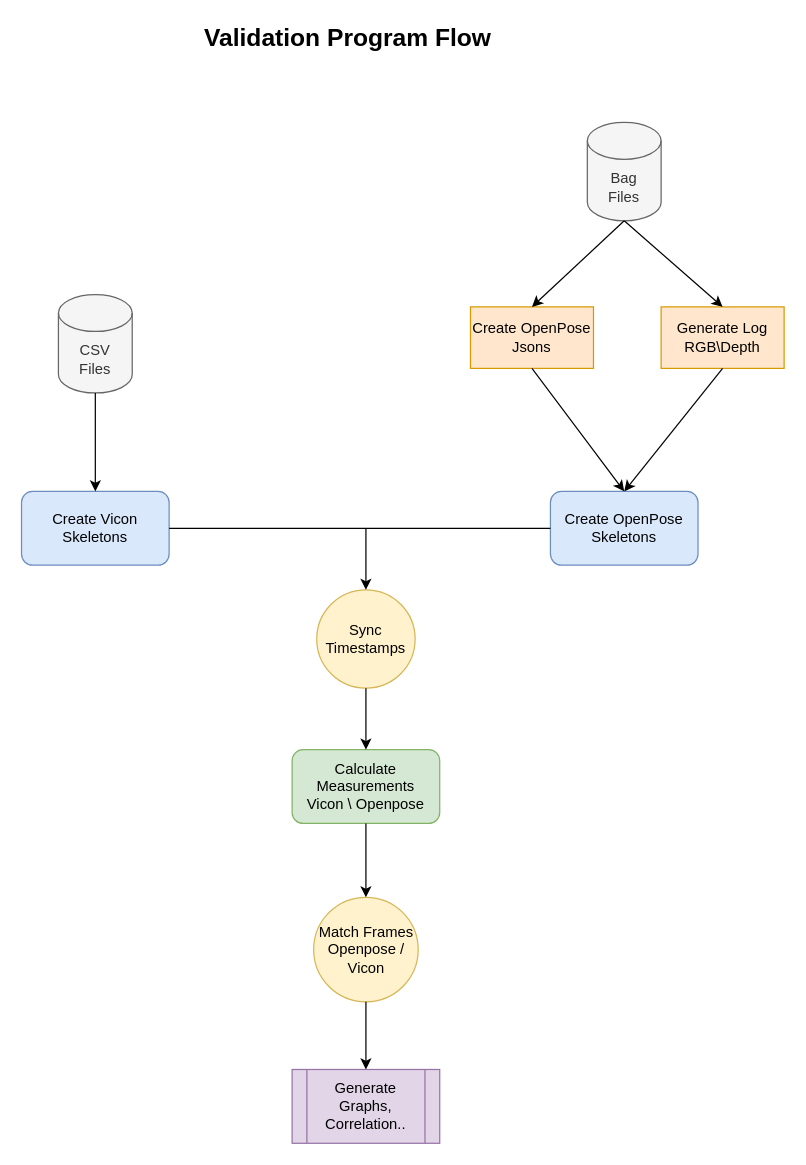
The draw.io diagram Documents/codeflow.drawio in Noy-Bo/Movement-Sense, before the edit. Source tidied: cells renumbered, new cells numbered last; positions are measured from the earlier drawing's top-left corner, leaving out a move shared by most shapes. Both pictures are drawn from the tidied source at 123%, with x=0, y=0 at pixel (21, 23).
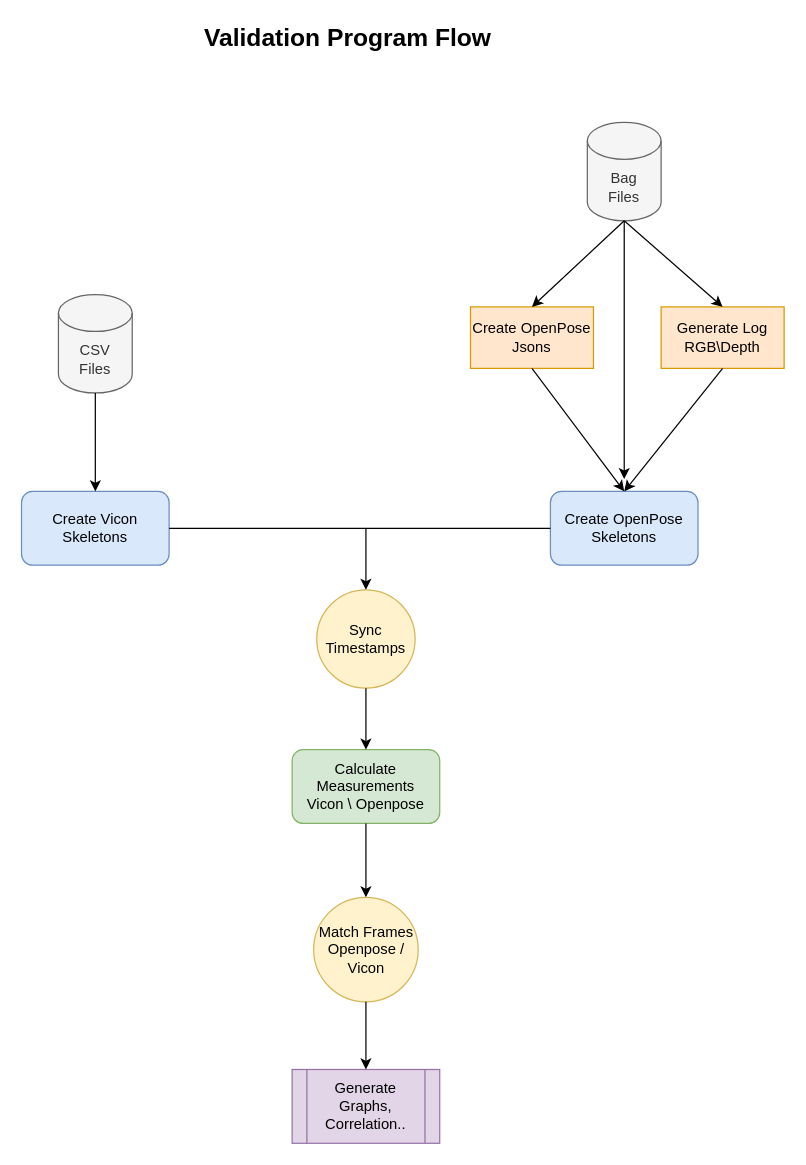
Above is the later version.

Diff of the diagram source:
```diff
@@
+    <mxCell id="23" style="endArrow=classic;html=1;" parent="1" edge="1">
+      <mxGeometry relative="1" as="geometry">
+        <mxPoint x="490" y="160" as="sourcePoint" />
+        <mxPoint x="490" y="370" as="targetPoint" />
+      </mxGeometry>
+    </mxCell>
```
